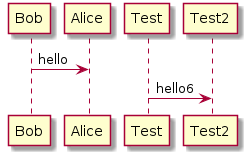
Earlier version of the PlantUML export first.png (falarcond/plantuml).
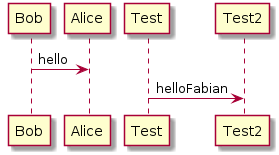
After the change.

What changed in the source:
```diff
@@ -1,4 +1,4 @@
 @startuml
 Bob -> Alice : hello
-Test -> Test2 : hello6
+Test -> Test2 : helloFabian
 @enduml
```
